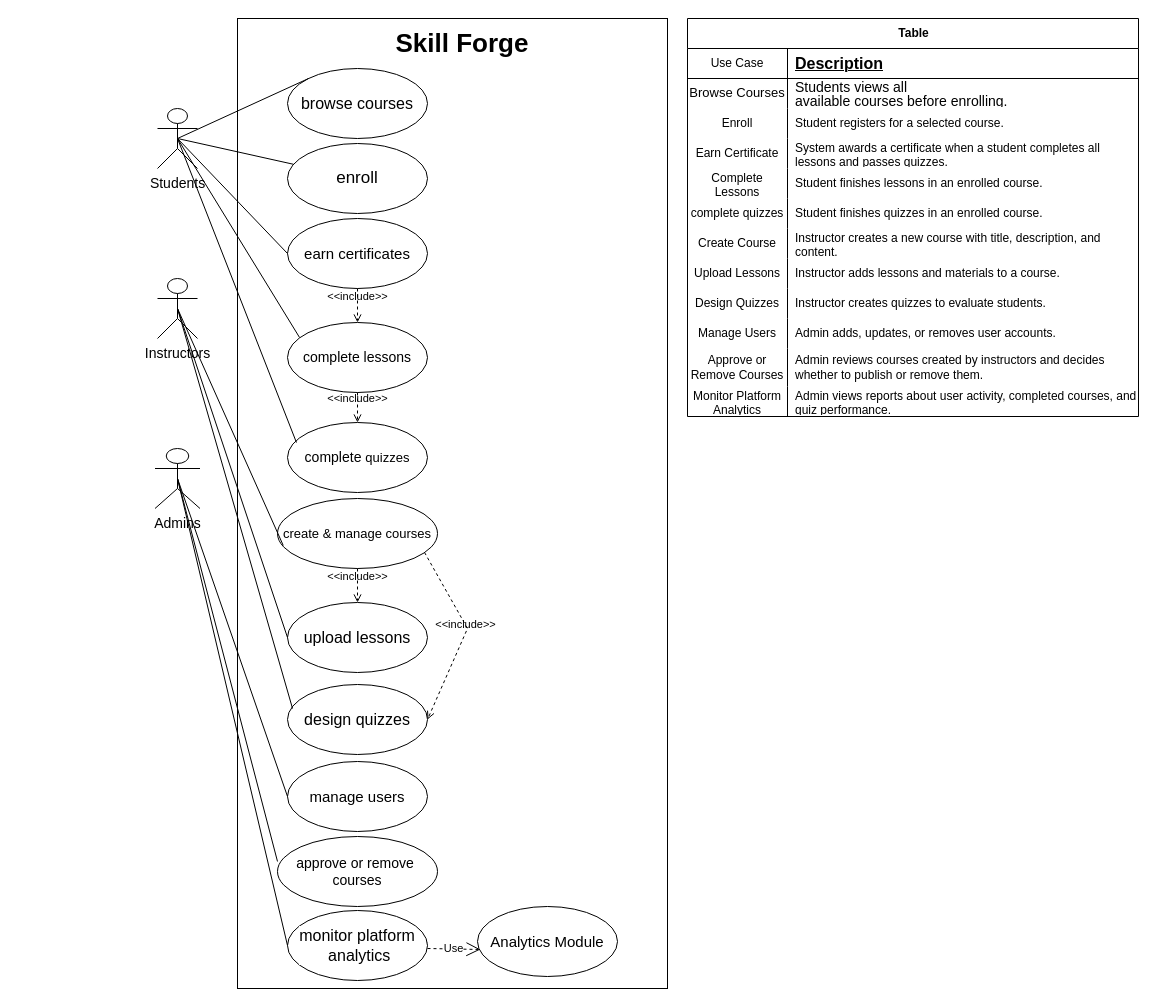
Above: docs/uml/Use Case Diagram.drawio in mohandLOL1/skillforge (draw.io), before the change. Source tidied: cells renumbered, new cells numbered last; positions are measured from the earlier drawing's top-left corner, leaving out a move shared by most shapes. Both pictures are drawn from the tidied source at 100%, with x=0, y=0 at pixel (155, 18).
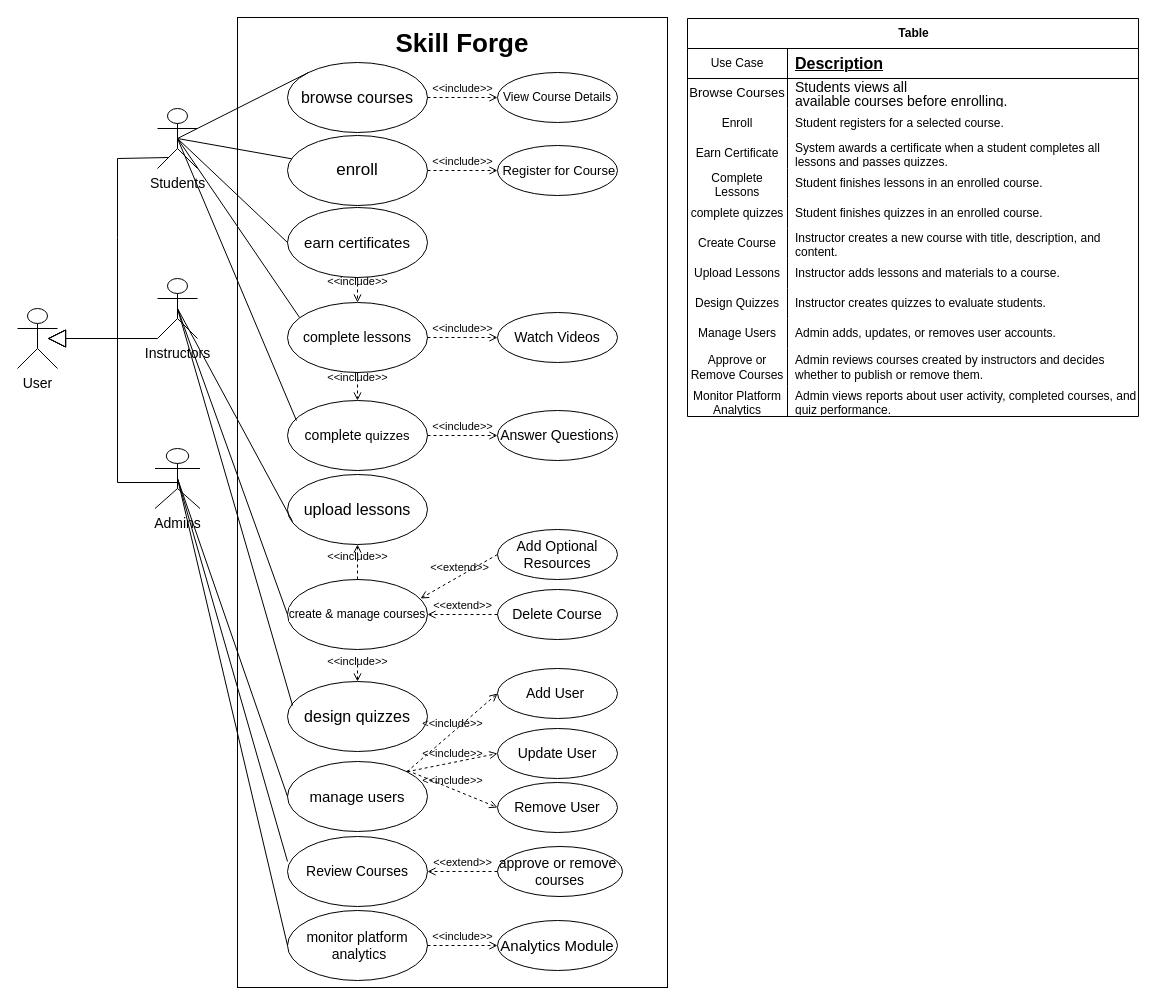
The same page after the edit.

Commit message:
final Use Case Diagram

Unchanged cells that the change refers to:
```xml
<mxCell id="2" value="&lt;font face=&quot;Helvetica&quot; style=&quot;font-size: 14px;&quot;&gt;Students&lt;/font&gt;" style="shape=umlActor;verticalLabelPosition=bottom;verticalAlign=top;html=1;fontFamily=Times New Roman;noLabel=0;labelBackgroundColor=default;" parent="1" vertex="1">
  <mxGeometry x="2" y="90" width="40" height="60" as="geometry" />
</mxCell>
<mxCell id="12" value="&lt;font style=&quot;font-size: 15px;&quot;&gt;manage users&lt;/font&gt;" style="ellipse;whiteSpace=wrap;html=1;labelBackgroundColor=default;" parent="1" vertex="1">
  <mxGeometry x="132" y="743" width="140" height="70" as="geometry" />
</mxCell>
```

Diff of the diagram source:
```diff
@@
     <mxCell id="4" style="whiteSpace=wrap;html=1;labelBackgroundColor=default;fontStyle=1;" parent="1" vertex="1">
-      <mxGeometry x="82" width="430" height="970" as="geometry" />
+      <mxGeometry x="82" y="-1" width="430" height="970" as="geometry" />
     </mxCell>
     <mxCell id="5" value="&lt;font style=&quot;font-size: 16px;&quot;&gt;browse courses&lt;/font&gt;" style="ellipse;whiteSpace=wrap;html=1;labelBackgroundColor=default;" parent="1" vertex="1">
-      <mxGeometry x="132" y="50" width="140" height="70" as="geometry" />
+      <mxGeometry x="132" y="44" width="140" height="70" as="geometry" />
     </mxCell>
     <mxCell id="6" value="&lt;font style=&quot;font-size: 17px;&quot;&gt;enroll&lt;/font&gt;" style="ellipse;whiteSpace=wrap;html=1;labelBackgroundColor=default;" parent="1" vertex="1">
-      <mxGeometry x="132" y="125" width="140" height="70" as="geometry" />
+      <mxGeometry x="132" y="117" width="140" height="70" as="geometry" />
     </mxCell>
-    <mxCell id="7" value="&lt;font style=&quot;font-size: 13px;&quot;&gt;create &amp;amp; manage courses&lt;/font&gt;" style="ellipse;whiteSpace=wrap;html=1;labelBackgroundColor=default;" parent="1" vertex="1">
-      <mxGeometry x="122" y="480" width="160" height="70" as="geometry" />
+    <mxCell id="7" value="&lt;span style=&quot;font-size: 16px;&quot;&gt;upload lessons&lt;/span&gt;" style="ellipse;whiteSpace=wrap;html=1;labelBackgroundColor=default;" parent="1" vertex="1">
+      <mxGeometry x="132" y="456" width="140" height="70" as="geometry" />
     </mxCell>
-    <mxCell id="8" value="&lt;font style=&quot;font-size: 16px;&quot;&gt;upload lessons&lt;/font&gt;" style="ellipse;whiteSpace=wrap;html=1;labelBackgroundColor=default;" parent="1" vertex="1">
-      <mxGeometry x="132" y="584" width="140" height="70" as="geometry" />
+    <mxCell id="8" value="&lt;font&gt;create &amp;amp; manage courses&lt;/font&gt;" style="ellipse;whiteSpace=wrap;html=1;labelBackgroundColor=default;" parent="1" vertex="1">
+      <mxGeometry x="132" y="561" width="140" height="70" as="geometry" />
     </mxCell>
     <mxCell id="9" value="&lt;font style=&quot;font-size: 16px;&quot;&gt;design&amp;nbsp;quizzes&lt;/font&gt;" style="ellipse;whiteSpace=wrap;html=1;labelBackgroundColor=default;" parent="1" vertex="1">
-      <mxGeometry x="132" y="666" width="140" height="70" as="geometry" />
+      <mxGeometry x="132" y="663" width="140" height="70" as="geometry" />
     </mxCell>
@@
-    <mxCell id="13" value="&lt;font style=&quot;font-size: 14px;&quot;&gt;approve or remove&amp;nbsp;&lt;/font&gt;&lt;div&gt;&lt;font style=&quot;font-size: 14px;&quot;&gt;courses&lt;/font&gt;&lt;/div&gt;" style="ellipse;whiteSpace=wrap;html=1;labelBackgroundColor=default;" parent="1" vertex="1">
-      <mxGeometry x="122" y="818" width="160" height="70" as="geometry" />
+    <mxCell id="13" value="&lt;font style=&quot;font-size: 14px;&quot;&gt;Review Courses&lt;/font&gt;" style="ellipse;whiteSpace=wrap;html=1;labelBackgroundColor=default;" parent="1" vertex="1">
+      <mxGeometry x="132" y="818" width="140" height="70" as="geometry" />
     </mxCell>
@@
-    <mxCell id="15" value="&lt;font style=&quot;font-size: 16px;&quot;&gt;monitor&amp;nbsp;platform&lt;/font&gt;&lt;div&gt;&lt;font style=&quot;font-size: 16px;&quot;&gt;&amp;nbsp;analytics&lt;/font&gt;&lt;/div&gt;" style="ellipse;whiteSpace=wrap;html=1;labelBackgroundColor=default;" parent="1" vertex="1">
+    <mxCell id="15" value="&lt;font style=&quot;font-size: 14px;&quot;&gt;monitor&amp;nbsp;platform&lt;/font&gt;&lt;div&gt;&lt;font style=&quot;font-size: 14px;&quot;&gt;&amp;nbsp;analytics&lt;/font&gt;&lt;/div&gt;" style="ellipse;whiteSpace=wrap;html=1;labelBackgroundColor=default;" parent="1" vertex="1">
       <mxGeometry x="132" y="892" width="140" height="70" as="geometry" />
     </mxCell>
@@
     <mxCell id="24" value="&lt;span style=&quot;font-size: 15px;&quot;&gt;earn certificates&lt;/span&gt;" style="ellipse;whiteSpace=wrap;html=1;" parent="1" vertex="1">
-      <mxGeometry x="132" y="200" width="140" height="70" as="geometry" />
+      <mxGeometry x="132" y="189" width="140" height="70" as="geometry" />
     </mxCell>
@@
     <mxCell id="27" value="&lt;font style=&quot;font-size: 14px;&quot;&gt;complete lessons&lt;/font&gt;" style="ellipse;whiteSpace=wrap;html=1;" parent="1" vertex="1">
-      <mxGeometry x="132" y="304" width="140" height="70" as="geometry" />
+      <mxGeometry x="132" y="284" width="140" height="70" as="geometry" />
     </mxCell>
     <mxCell id="28" value="&lt;span style=&quot;font-size: 14px;&quot;&gt;complete&amp;nbsp;&lt;/span&gt;&lt;font style=&quot;font-size: 13px;&quot;&gt;quizzes&lt;/font&gt;" style="ellipse;whiteSpace=wrap;html=1;" parent="1" vertex="1">
-      <mxGeometry x="132" y="404" width="140" height="70" as="geometry" />
+      <mxGeometry x="132" y="382" width="140" height="70" as="geometry" />
     </mxCell>
@@
-    <mxCell id="32" value="&amp;lt;&amp;lt;include&amp;gt;&amp;gt;" style="html=1;verticalAlign=bottom;labelBackgroundColor=none;endArrow=open;endFill=0;dashed=1;rounded=0;exitX=0.5;exitY=1;exitDx=0;exitDy=0;entryX=0.5;entryY=0;entryDx=0;entryDy=0;" parent="1" edge="1" source="7" target="8">
-      <mxGeometry relative="1" as="geometry" />
+    <mxCell id="32" value="&amp;lt;&amp;lt;include&amp;gt;&amp;gt;" style="html=1;verticalAlign=bottom;labelBackgroundColor=none;endArrow=open;endFill=0;dashed=1;rounded=0;exitX=0.5;exitY=0;exitDx=0;exitDy=0;entryX=0.5;entryY=1;entryDx=0;entryDy=0;" parent="1" edge="1" source="8" target="7">
+      <mxGeometry x="-0.18" relative="1" as="geometry" />
     </mxCell>
-    <mxCell id="33" value="&amp;lt;&amp;lt;include&amp;gt;&amp;gt;" style="html=1;verticalAlign=bottom;labelBackgroundColor=none;endArrow=open;endFill=0;dashed=1;rounded=0;exitX=0.919;exitY=0.771;exitDx=0;exitDy=0;exitPerimeter=0;entryX=1;entryY=0.5;entryDx=0;entryDy=0;" parent="1" edge="1" source="7" target="9">
-      <mxGeometry relative="1" as="geometry">
-        <Array as="points">
-          <mxPoint x="312" y="610" />
-        </Array>
-      </mxGeometry>
-    </mxCell>
-    <mxCell id="34" value="Use" style="endArrow=open;endSize=12;dashed=1;html=1;rounded=0;entryX=0.021;entryY=0.614;entryDx=0;entryDy=0;strokeWidth=1;entryPerimeter=0;" parent="1" edge="1" target="35">
-      <mxGeometry relative="1" as="geometry">
-        <mxPoint x="272" y="930" as="sourcePoint" />
-      </mxGeometry>
-    </mxCell>
     <mxCell id="35" value="&lt;font style=&quot;font-size: 15px;&quot;&gt;Analytics Module&lt;/font&gt;" style="ellipse;whiteSpace=wrap;html=1;" parent="1" vertex="1">
-      <mxGeometry x="322" y="888" width="140" height="70" as="geometry" />
+      <mxGeometry x="342" y="902" width="120" height="50" as="geometry" />
     </mxCell>
@@
+    <mxCell id="73" style="endArrow=block;endSize=16;endFill=0;html=1;rounded=0;" parent="1" edge="1">
+      <mxGeometry relative="1" as="geometry">
+        <mxPoint x="2" y="320" as="sourcePoint" />
+        <mxPoint x="-108" y="320" as="targetPoint" />
+        <Array as="points">
+          <mxPoint x="-48" y="320" />
+        </Array>
+      </mxGeometry>
+    </mxCell>
+    <mxCell id="74" style="endArrow=block;endSize=16;endFill=0;html=1;rounded=0;exitX=0.275;exitY=0.817;exitDx=0;exitDy=0;exitPerimeter=0;" parent="1" edge="1" source="2">
+      <mxGeometry relative="1" as="geometry">
+        <mxPoint x="-108" y="320" as="targetPoint" />
+        <Array as="points">
+          <mxPoint x="-38" y="140" />
+          <mxPoint x="-38" y="219" />
+          <mxPoint x="-38" y="320" />
+        </Array>
+      </mxGeometry>
+    </mxCell>
+    <mxCell id="75" style="endArrow=block;endSize=16;endFill=0;html=1;rounded=0;" parent="1" edge="1">
+      <mxGeometry relative="1" as="geometry">
+        <mxPoint x="22" y="464" as="sourcePoint" />
+        <mxPoint x="-108" y="320" as="targetPoint" />
+        <Array as="points">
+          <mxPoint x="-38" y="464" />
+          <mxPoint x="-38" y="320" />
+          <mxPoint x="-68" y="320" />
+        </Array>
+      </mxGeometry>
+    </mxCell>
+    <mxCell id="76" value="&lt;font style=&quot;font-size: 14px;&quot;&gt;User&lt;/font&gt;" style="shape=umlActor;verticalLabelPosition=bottom;verticalAlign=top;html=1;" parent="1" vertex="1">
+      <mxGeometry x="-138" y="290" width="40" height="60" as="geometry" />
+    </mxCell>
+    <mxCell id="77" value="&amp;lt;&amp;lt;include&amp;gt;&amp;gt;" style="html=1;verticalAlign=bottom;labelBackgroundColor=none;endArrow=open;endFill=0;dashed=1;rounded=0;exitX=1;exitY=0;exitDx=0;exitDy=0;entryX=0;entryY=0.5;entryDx=0;entryDy=0;" parent="1" edge="1" source="12" target="78">
+      <mxGeometry relative="1" as="geometry" />
+    </mxCell>
+    <mxCell id="78" value="&lt;font style=&quot;font-size: 14px;&quot;&gt;Add User&amp;nbsp;&lt;/font&gt;" style="ellipse;whiteSpace=wrap;html=1;" parent="1" vertex="1">
+      <mxGeometry x="342" y="650" width="120" height="50" as="geometry" />
+    </mxCell>
+    <mxCell id="79" value="&lt;font style=&quot;font-size: 14px;&quot;&gt;Update User&lt;/font&gt;" style="ellipse;whiteSpace=wrap;html=1;" parent="1" vertex="1">
+      <mxGeometry x="342" y="710" width="120" height="50" as="geometry" />
+    </mxCell>
+    <mxCell id="80" value="&lt;font style=&quot;font-size: 14px;&quot;&gt;Remove User&lt;/font&gt;" style="ellipse;whiteSpace=wrap;html=1;" parent="1" vertex="1">
+      <mxGeometry x="342" y="764" width="120" height="50" as="geometry" />
+    </mxCell>
+    <mxCell id="81" value="&amp;lt;&amp;lt;include&amp;gt;&amp;gt;" style="html=1;verticalAlign=bottom;labelBackgroundColor=none;endArrow=open;endFill=0;dashed=1;rounded=0;entryX=0;entryY=0.5;entryDx=0;entryDy=0;exitX=1;exitY=0;exitDx=0;exitDy=0;" parent="1" edge="1" source="12" target="79">
+      <mxGeometry relative="1" as="geometry" />
+    </mxCell>
+    <mxCell id="82" value="&amp;lt;&amp;lt;include&amp;gt;&amp;gt;" style="html=1;verticalAlign=bottom;labelBackgroundColor=none;endArrow=open;endFill=0;dashed=1;rounded=0;entryX=0;entryY=0.5;entryDx=0;entryDy=0;" parent="1" edge="1" target="80">
+      <mxGeometry relative="1" as="geometry">
+        <mxPoint x="252" y="752" as="sourcePoint" />
+      </mxGeometry>
+    </mxCell>
+    <mxCell id="83" value="&amp;lt;&amp;lt;include&amp;gt;&amp;gt;" style="html=1;verticalAlign=bottom;labelBackgroundColor=none;endArrow=open;endFill=0;dashed=1;rounded=0;entryX=0.5;entryY=0;entryDx=0;entryDy=0;" parent="1" edge="1" target="9">
+      <mxGeometry relative="1" as="geometry">
+        <mxPoint x="202" y="640" as="sourcePoint" />
+      </mxGeometry>
+    </mxCell>
+    <mxCell id="84" value="&lt;font style=&quot;font-size: 14px;&quot;&gt;Add Optional Resources&lt;/font&gt;" style="ellipse;whiteSpace=wrap;html=1;" parent="1" vertex="1">
+      <mxGeometry x="342" y="511" width="120" height="50" as="geometry" />
+    </mxCell>
+    <mxCell id="85" value="&amp;lt;&amp;lt;extend&amp;gt;&amp;gt;" style="html=1;verticalAlign=bottom;labelBackgroundColor=none;endArrow=open;endFill=0;dashed=1;rounded=0;exitX=0;exitY=0.5;exitDx=0;exitDy=0;entryX=0.95;entryY=0.271;entryDx=0;entryDy=0;entryPerimeter=0;" parent="1" edge="1" source="84" target="8">
+      <mxGeometry relative="1" as="geometry" />
+    </mxCell>
+    <mxCell id="86" value="&lt;font style=&quot;font-size: 14px;&quot;&gt;approve or remove&amp;nbsp;&lt;/font&gt;&lt;div&gt;&lt;font style=&quot;font-size: 14px;&quot;&gt;courses&lt;/font&gt;&lt;/div&gt;" style="ellipse;whiteSpace=wrap;html=1;" parent="1" vertex="1">
+      <mxGeometry x="342" y="828" width="125" height="50" as="geometry" />
+    </mxCell>
+    <mxCell id="87" value="&amp;lt;&amp;lt;extend&amp;gt;&amp;gt;" style="html=1;verticalAlign=bottom;labelBackgroundColor=none;endArrow=open;endFill=0;dashed=1;rounded=0;exitX=0;exitY=0.5;exitDx=0;exitDy=0;entryX=1;entryY=0.5;entryDx=0;entryDy=0;" parent="1" edge="1" source="86" target="13">
+      <mxGeometry relative="1" as="geometry" />
+    </mxCell>
+    <mxCell id="88" value="&amp;lt;&amp;lt;include&amp;gt;&amp;gt;" style="html=1;verticalAlign=bottom;labelBackgroundColor=none;endArrow=open;endFill=0;dashed=1;rounded=0;exitX=1;exitY=0.5;exitDx=0;exitDy=0;entryX=0;entryY=0.5;entryDx=0;entryDy=0;" parent="1" edge="1" source="15" target="35">
+      <mxGeometry relative="1" as="geometry" />
+    </mxCell>
+    <mxCell id="89" value="View Course Details" style="ellipse;whiteSpace=wrap;html=1;" parent="1" vertex="1">
+      <mxGeometry x="342" y="54" width="120" height="50" as="geometry" />
+    </mxCell>
+    <mxCell id="90" value="&amp;lt;&amp;lt;include&amp;gt;&amp;gt;" style="html=1;verticalAlign=bottom;labelBackgroundColor=none;endArrow=open;endFill=0;dashed=1;rounded=0;exitX=1;exitY=0.5;exitDx=0;exitDy=0;entryX=0;entryY=0.5;entryDx=0;entryDy=0;" parent="1" edge="1" source="5" target="89">
+      <mxGeometry relative="1" as="geometry" />
+    </mxCell>
+    <mxCell id="91" value="&lt;font style=&quot;font-size: 14px;&quot;&gt;Delete Course&lt;/font&gt;" style="ellipse;whiteSpace=wrap;html=1;" parent="1" vertex="1">
+      <mxGeometry x="342" y="571" width="120" height="50" as="geometry" />
+    </mxCell>
+    <mxCell id="92" value="&amp;lt;&amp;lt;extend&amp;gt;&amp;gt;" style="html=1;verticalAlign=bottom;labelBackgroundColor=none;endArrow=open;endFill=0;dashed=1;rounded=0;exitX=0;exitY=0.5;exitDx=0;exitDy=0;entryX=1;entryY=0.5;entryDx=0;entryDy=0;" parent="1" edge="1" source="91" target="8">
+      <mxGeometry relative="1" as="geometry" />
+    </mxCell>
+    <mxCell id="93" value="&lt;font style=&quot;font-size: 14px;&quot;&gt;Answer Questions&lt;/font&gt;" style="ellipse;whiteSpace=wrap;html=1;" parent="1" vertex="1">
+      <mxGeometry x="342" y="392" width="120" height="50" as="geometry" />
+    </mxCell>
+    <mxCell id="94" value="&lt;font style=&quot;font-size: 14px;&quot;&gt;Watch Videos&lt;/font&gt;" style="ellipse;whiteSpace=wrap;html=1;" parent="1" vertex="1">
+      <mxGeometry x="342" y="294" width="120" height="50" as="geometry" />
+    </mxCell>
+    <mxCell id="95" value="&amp;lt;&amp;lt;include&amp;gt;&amp;gt;" style="html=1;verticalAlign=bottom;labelBackgroundColor=none;endArrow=open;endFill=0;dashed=1;rounded=0;entryX=0;entryY=0.5;entryDx=0;entryDy=0;exitX=1;exitY=0.5;exitDx=0;exitDy=0;" parent="1" edge="1" source="28" target="93">
+      <mxGeometry relative="1" as="geometry" />
+    </mxCell>
+    <mxCell id="96" value="&amp;lt;&amp;lt;include&amp;gt;&amp;gt;" style="html=1;verticalAlign=bottom;labelBackgroundColor=none;endArrow=open;endFill=0;dashed=1;rounded=0;exitX=1;exitY=0.5;exitDx=0;exitDy=0;entryX=0;entryY=0.5;entryDx=0;entryDy=0;" parent="1" edge="1" source="27" target="94">
+      <mxGeometry relative="1" as="geometry" />
+    </mxCell>
+    <mxCell id="97" value="&lt;font style=&quot;font-size: 13px;&quot;&gt;&amp;nbsp;Register for Course&lt;/font&gt;" style="ellipse;whiteSpace=wrap;html=1;" parent="1" vertex="1">
+      <mxGeometry x="342" y="127" width="120" height="50" as="geometry" />
+    </mxCell>
+    <mxCell id="98" value="&amp;lt;&amp;lt;include&amp;gt;&amp;gt;" style="html=1;verticalAlign=bottom;labelBackgroundColor=none;endArrow=open;endFill=0;dashed=1;rounded=0;exitX=1;exitY=0.5;exitDx=0;exitDy=0;" parent="1" edge="1" source="6" target="97">
+      <mxGeometry relative="1" as="geometry" />
+    </mxCell>
```
